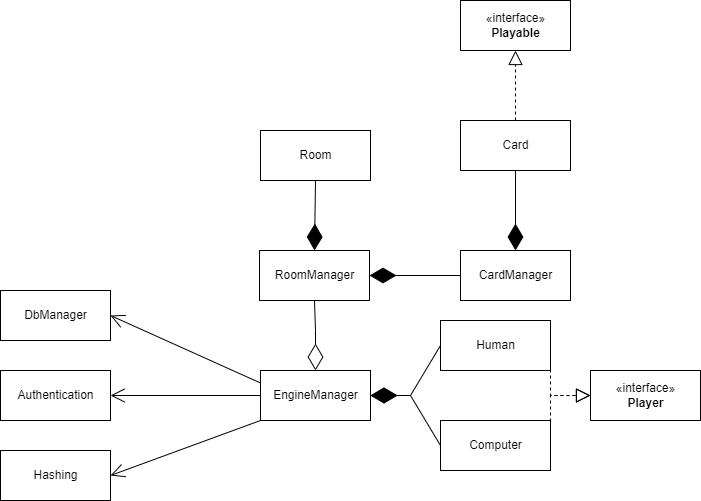
Above: Diagrammer/Design Diagram.drawio.png in Olivervesth/KortKlubben (draw.io), before the change. Source tidied: cells renumbered, new cells last; positions are measured from the earlier drawing's top-left corner, leaving out a move shared by most shapes.
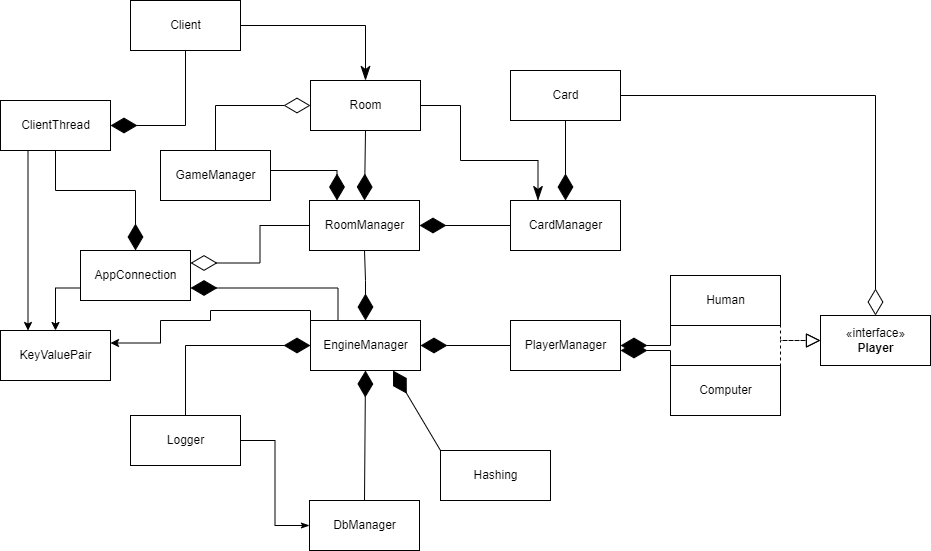
The same diagram one commit later.

Change to the diagram source:
```diff
@@ -2,33 +2,36 @@
   <root>
     <mxCell id="0" />
     <mxCell id="1" parent="0" />
-    <mxCell id="2" value="«interface»&lt;br&gt;&lt;b&gt;Playable&lt;/b&gt;" style="html=1;" parent="1" vertex="1">
-      <mxGeometry x="460" width="110" height="50" as="geometry" />
-    </mxCell>
+    <mxCell id="26" style="edgeStyle=orthogonalEdgeStyle;rounded=0;jettySize=auto;html=1;entryX=0.5;entryY=0;entryDx=0;entryDy=0;startArrow=none;startFill=0;endArrow=diamondThin;endFill=0;startSize=24;endSize=24;" parent="1" edge="1" source="3" target="21">
+      <mxGeometry relative="1" as="geometry" />
+    </mxCell>
     <mxCell id="3" value="Card" style="html=1;" parent="1" vertex="1">
       <mxGeometry x="460" y="120" width="110" height="50" as="geometry" />
     </mxCell>
+    <mxCell id="27" style="edgeStyle=orthogonalEdgeStyle;rounded=0;jettySize=auto;html=1;entryX=0.25;entryY=0;entryDx=0;entryDy=0;startArrow=none;startFill=0;endArrow=classicThin;endFill=1;startSize=24;endSize=12;" parent="1" edge="1" source="4" target="11">
+      <mxGeometry relative="1" as="geometry">
+        <Array as="points">
+          <mxPoint x="410" y="155" />
+          <mxPoint x="410" y="210" />
+          <mxPoint x="488" y="210" />
+        </Array>
+      </mxGeometry>
+    </mxCell>
     <mxCell id="4" value="Room" style="html=1;" parent="1" vertex="1">
       <mxGeometry x="260" y="130" width="110" height="50" as="geometry" />
     </mxCell>
     <mxCell id="5" value="Hashing" style="html=1;" parent="1" vertex="1">
-      <mxGeometry y="450" width="110" height="50" as="geometry" />
+      <mxGeometry x="390" y="500" width="110" height="50" as="geometry" />
     </mxCell>
-    <mxCell id="6" style="endArrow=block;dashed=1;endFill=0;endSize=12;html=1;rounded=0;exitX=0.5;exitY=0;exitDx=0;exitDy=0;entryX=0.5;entryY=1;entryDx=0;entryDy=0;" parent="1" edge="1" source="3" target="2">
-      <mxGeometry relative="1" as="geometry" />
-    </mxCell>
     <mxCell id="7" value="RoomManager" style="html=1;" parent="1" vertex="1">
       <mxGeometry x="259" y="250" width="110" height="50" as="geometry" />
     </mxCell>
     <mxCell id="8" value="Human" style="html=1;" parent="1" vertex="1">
-      <mxGeometry x="440" y="320" width="110" height="50" as="geometry" />
+      <mxGeometry x="620" y="325" width="110" height="50" as="geometry" />
     </mxCell>
     <mxCell id="9" style="endArrow=diamondThin;endFill=1;endSize=24;html=1;rounded=0;entryX=0.5;entryY=0;entryDx=0;entryDy=0;exitX=0.5;exitY=1;exitDx=0;exitDy=0;" parent="1" edge="1" source="4" target="7">
       <mxGeometry relative="1" as="geometry" />
     </mxCell>
-    <mxCell id="10" value="Authentication" style="html=1;" parent="1" vertex="1">
-      <mxGeometry y="370" width="110" height="50" as="geometry" />
-    </mxCell>
     <mxCell id="11" value="CardManager" style="html=1;" parent="1" vertex="1">
       <mxGeometry x="460" y="250" width="110" height="50" as="geometry" />
     </mxCell>
@@ -36,12 +39,26 @@
       <mxGeometry relative="1" as="geometry" />
     </mxCell>
     <mxCell id="13" value="DbManager" style="html=1;" parent="1" vertex="1">
-      <mxGeometry y="290" width="110" height="50" as="geometry" />
+      <mxGeometry x="259" y="550" width="110" height="50" as="geometry" />
     </mxCell>
+    <mxCell id="28" style="edgeStyle=orthogonalEdgeStyle;rounded=0;jettySize=auto;html=1;entryX=0.5;entryY=0;entryDx=0;entryDy=0;startArrow=diamondThin;startFill=1;endArrow=none;endFill=0;startSize=24;endSize=6;" parent="1" edge="1" source="14" target="35">
+      <mxGeometry relative="1" as="geometry" />
+    </mxCell>
+    <mxCell id="29" style="edgeStyle=orthogonalEdgeStyle;rounded=0;jettySize=auto;html=1;exitX=0;exitY=0;exitDx=0;exitDy=0;entryX=1;entryY=0.25;entryDx=0;entryDy=0;" parent="1" edge="1" source="14" target="49">
+      <mxGeometry relative="1" as="geometry">
+        <Array as="points">
+          <mxPoint x="260" y="360" />
+          <mxPoint x="160" y="360" />
+          <mxPoint x="160" y="370" />
+          <mxPoint x="110" y="370" />
+          <mxPoint x="110" y="393" />
+        </Array>
+      </mxGeometry>
+    </mxCell>
     <mxCell id="14" value="EngineManager" style="html=1;" parent="1" vertex="1">
       <mxGeometry x="260" y="370" width="110" height="50" as="geometry" />
     </mxCell>
-    <mxCell id="15" style="endArrow=diamondThin;endFill=0;endSize=24;html=1;rounded=0;entryX=0.5;entryY=0;entryDx=0;entryDy=0;exitX=0.5;exitY=1;exitDx=0;exitDy=0;" parent="1" edge="1" source="7" target="14">
+    <mxCell id="15" style="endArrow=diamondThin;endFill=1;endSize=24;html=1;rounded=0;entryX=0.5;entryY=0;entryDx=0;entryDy=0;exitX=0.5;exitY=1;exitDx=0;exitDy=0;" parent="1" edge="1" source="7" target="14">
       <mxGeometry relative="1" as="geometry">
         <Array as="points">
           <mxPoint x="315" y="330" />
@@ -51,48 +68,108 @@
     <mxCell id="16" style="endArrow=diamondThin;endFill=1;endSize=24;html=1;rounded=0;entryX=1;entryY=0.5;entryDx=0;entryDy=0;exitX=0;exitY=0.5;exitDx=0;exitDy=0;" parent="1" edge="1" source="11" target="7">
       <mxGeometry relative="1" as="geometry" />
     </mxCell>
-    <mxCell id="17" style="endArrow=open;endFill=1;endSize=12;html=1;rounded=0;exitX=0;exitY=0.25;exitDx=0;exitDy=0;entryX=1;entryY=0.5;entryDx=0;entryDy=0;" parent="1" edge="1" source="14" target="13">
+    <mxCell id="17" style="endArrow=none;endFill=0;endSize=12;html=1;rounded=0;exitX=0.5;exitY=1;exitDx=0;exitDy=0;entryX=0.5;entryY=0;entryDx=0;entryDy=0;startArrow=diamondThin;startFill=1;startSize=24;" parent="1" edge="1" source="14" target="13">
       <mxGeometry relative="1" as="geometry" />
     </mxCell>
-    <mxCell id="18" style="endArrow=open;endFill=1;endSize=12;html=1;rounded=0;exitX=0;exitY=0.5;exitDx=0;exitDy=0;entryX=1;entryY=0.5;entryDx=0;entryDy=0;" parent="1" edge="1" source="14" target="10">
-      <mxGeometry relative="1" as="geometry" />
-    </mxCell>
-    <mxCell id="19" style="endArrow=open;endFill=1;endSize=12;html=1;rounded=0;exitX=0;exitY=1;exitDx=0;exitDy=0;entryX=1;entryY=0.5;entryDx=0;entryDy=0;" parent="1" edge="1" source="14" target="5">
+    <mxCell id="19" style="endArrow=none;endFill=0;endSize=12;html=1;rounded=0;exitX=0.75;exitY=1;exitDx=0;exitDy=0;entryX=0;entryY=0;entryDx=0;entryDy=0;startArrow=diamondThin;startFill=1;startSize=24;" parent="1" edge="1" source="14" target="5">
       <mxGeometry relative="1" as="geometry" />
     </mxCell>
-    <mxCell id="20" style="endArrow=diamondThin;endFill=1;endSize=24;html=1;rounded=0;entryX=1;entryY=0.5;entryDx=0;entryDy=0;exitX=0;exitY=0.5;exitDx=0;exitDy=0;" parent="1" edge="1" source="8" target="14">
-      <mxGeometry relative="1" as="geometry">
-        <Array as="points">
-          <mxPoint x="410" y="395" />
-        </Array>
-      </mxGeometry>
-    </mxCell>
     <mxCell id="21" value="«interface»&lt;br&gt;&lt;b&gt;Player&lt;/b&gt;" style="html=1;" parent="1" vertex="1">
-      <mxGeometry x="590" y="370" width="110" height="50" as="geometry" />
+      <mxGeometry x="770" y="365" width="110" height="50" as="geometry" />
     </mxCell>
     <mxCell id="22" value="Computer" style="html=1;" parent="1" vertex="1">
-      <mxGeometry x="440" y="420" width="110" height="50" as="geometry" />
+      <mxGeometry x="620" y="415" width="110" height="50" as="geometry" />
     </mxCell>
-    <mxCell id="23" style="endArrow=diamondThin;endFill=1;endSize=24;html=1;rounded=0;fontFamily=Helvetica;fontSize=12;fontColor=default;entryX=1;entryY=0.5;entryDx=0;entryDy=0;exitX=0;exitY=0.5;exitDx=0;exitDy=0;" parent="1" edge="1" source="22" target="14">
-      <mxGeometry relative="1" as="geometry">
-        <Array as="points">
-          <mxPoint x="410" y="395" />
-        </Array>
-      </mxGeometry>
-    </mxCell>
     <mxCell id="24" style="endArrow=block;dashed=1;endFill=0;endSize=12;html=1;rounded=0;fontFamily=Helvetica;fontSize=12;fontColor=default;exitX=1;exitY=0.5;exitDx=0;exitDy=0;entryX=0;entryY=0.5;entryDx=0;entryDy=0;" parent="1" edge="1" source="8" target="21">
       <mxGeometry relative="1" as="geometry">
         <Array as="points">
-          <mxPoint x="550" y="395" />
+          <mxPoint x="730" y="390" />
         </Array>
       </mxGeometry>
     </mxCell>
     <mxCell id="25" style="endArrow=block;dashed=1;endFill=0;endSize=12;html=1;rounded=0;fontFamily=Helvetica;fontSize=12;fontColor=default;exitX=1;exitY=0.5;exitDx=0;exitDy=0;entryX=0;entryY=0.5;entryDx=0;entryDy=0;" parent="1" edge="1" source="22" target="21">
       <mxGeometry relative="1" as="geometry">
         <Array as="points">
-          <mxPoint x="550" y="395" />
+          <mxPoint x="730" y="390" />
         </Array>
       </mxGeometry>
     </mxCell>
+    <mxCell id="30" style="edgeStyle=orthogonalEdgeStyle;rounded=0;jettySize=auto;html=1;exitX=0;exitY=0.5;exitDx=0;exitDy=0;entryX=1;entryY=0.5;entryDx=0;entryDy=0;fontFamily=Helvetica;fontSize=12;fontColor=default;endArrow=diamondThin;endFill=1;startArrow=none;startFill=0;startSize=24;endSize=24;" parent="1" edge="1" source="31" target="14">
+      <mxGeometry relative="1" as="geometry" />
+    </mxCell>
+    <mxCell id="31" value="PlayerManager" style="html=1;" parent="1" vertex="1">
+      <mxGeometry x="460" y="370" width="110" height="50" as="geometry" />
+    </mxCell>
+    <mxCell id="32" style="endArrow=diamondThin;endFill=1;endSize=24;html=1;rounded=0;fontFamily=Helvetica;fontSize=12;fontColor=default;entryX=1;entryY=0.5;entryDx=0;entryDy=0;exitX=0;exitY=0.5;exitDx=0;exitDy=0;" parent="1" edge="1" source="8" target="31">
+      <mxGeometry relative="1" as="geometry">
+        <Array as="points">
+          <mxPoint x="620" y="395" />
+        </Array>
+      </mxGeometry>
+    </mxCell>
+    <mxCell id="33" style="endArrow=diamondThin;endFill=1;endSize=24;html=1;rounded=0;fontFamily=Helvetica;fontSize=12;fontColor=default;exitX=0;exitY=0.5;exitDx=0;exitDy=0;" parent="1" edge="1" source="22">
+      <mxGeometry relative="1" as="geometry">
+        <mxPoint x="570" y="400" as="targetPoint" />
+        <Array as="points">
+          <mxPoint x="620" y="400" />
+        </Array>
+      </mxGeometry>
+    </mxCell>
+    <mxCell id="34" style="edgeStyle=orthogonalEdgeStyle;rounded=0;jettySize=auto;html=1;entryX=0;entryY=0.5;entryDx=0;entryDy=0;startArrow=none;startFill=0;endArrow=classicThin;endFill=1;startSize=24;endSize=6;" parent="1" edge="1" source="35" target="13">
+      <mxGeometry relative="1" as="geometry" />
+    </mxCell>
+    <mxCell id="35" value="Logger" style="html=1;" parent="1" vertex="1">
+      <mxGeometry x="80" y="465" width="110" height="50" as="geometry" />
+    </mxCell>
+    <mxCell id="36" style="edgeStyle=orthogonalEdgeStyle;rounded=0;jettySize=auto;html=1;entryX=0.25;entryY=0;entryDx=0;entryDy=0;startArrow=diamondThin;startFill=1;endArrow=none;endFill=0;startSize=24;endSize=24;exitX=1;exitY=0.75;exitDx=0;exitDy=0;" parent="1" edge="1" source="40" target="14">
+      <mxGeometry relative="1" as="geometry" />
+    </mxCell>
+    <mxCell id="37" style="edgeStyle=orthogonalEdgeStyle;rounded=0;jettySize=auto;html=1;exitX=1;exitY=0.25;exitDx=0;exitDy=0;entryX=0;entryY=0.5;entryDx=0;entryDy=0;startArrow=diamondThin;startFill=0;endArrow=none;endFill=0;startSize=24;endSize=24;" parent="1" edge="1" source="40" target="7">
+      <mxGeometry relative="1" as="geometry" />
+    </mxCell>
+    <mxCell id="38" style="edgeStyle=orthogonalEdgeStyle;rounded=0;jettySize=auto;html=1;entryX=0.5;entryY=1;entryDx=0;entryDy=0;startArrow=diamondThin;startFill=1;endArrow=none;endFill=0;startSize=24;endSize=24;" parent="1" edge="1" source="40" target="43">
+      <mxGeometry relative="1" as="geometry" />
+    </mxCell>
+    <mxCell id="39" style="edgeStyle=orthogonalEdgeStyle;rounded=0;jettySize=auto;html=1;exitX=0;exitY=0.75;exitDx=0;exitDy=0;entryX=0.5;entryY=0;entryDx=0;entryDy=0;" parent="1" edge="1" source="40" target="49">
+      <mxGeometry relative="1" as="geometry" />
+    </mxCell>
+    <mxCell id="40" value="AppConnection" style="html=1;" parent="1" vertex="1">
+      <mxGeometry x="30" y="300" width="110" height="50" as="geometry" />
+    </mxCell>
+    <mxCell id="41" style="edgeStyle=orthogonalEdgeStyle;rounded=0;jettySize=auto;html=1;entryX=0.5;entryY=1;entryDx=0;entryDy=0;startArrow=diamondThin;startFill=1;endArrow=none;endFill=0;startSize=24;endSize=12;" parent="1" edge="1" source="43" target="48">
+      <mxGeometry relative="1" as="geometry" />
+    </mxCell>
+    <mxCell id="42" style="edgeStyle=orthogonalEdgeStyle;rounded=0;jettySize=auto;html=1;exitX=0.25;exitY=1;exitDx=0;exitDy=0;entryX=0.25;entryY=0;entryDx=0;entryDy=0;" parent="1" edge="1" source="43" target="49">
+      <mxGeometry relative="1" as="geometry" />
+    </mxCell>
+    <mxCell id="43" value="ClientThread" style="html=1;" parent="1" vertex="1">
+      <mxGeometry x="-50" y="150" width="110" height="50" as="geometry" />
+    </mxCell>
+    <mxCell id="44" style="edgeStyle=orthogonalEdgeStyle;rounded=0;jettySize=auto;html=1;entryX=0.25;entryY=0;entryDx=0;entryDy=0;startArrow=none;startFill=0;endArrow=diamondThin;endFill=1;startSize=24;endSize=24;" parent="1" edge="1" source="46" target="7">
+      <mxGeometry relative="1" as="geometry">
+        <Array as="points">
+          <mxPoint x="287" y="220" />
+        </Array>
+      </mxGeometry>
+    </mxCell>
+    <mxCell id="45" style="edgeStyle=orthogonalEdgeStyle;rounded=0;jettySize=auto;html=1;entryX=0;entryY=0.5;entryDx=0;entryDy=0;startArrow=none;startFill=0;endArrow=diamondThin;endFill=0;startSize=24;endSize=24;" parent="1" edge="1" source="46" target="4">
+      <mxGeometry relative="1" as="geometry">
+        <Array as="points">
+          <mxPoint x="165" y="155" />
+        </Array>
+      </mxGeometry>
+    </mxCell>
+    <mxCell id="46" value="GameManager" style="html=1;" parent="1" vertex="1">
+      <mxGeometry x="110" y="200" width="110" height="50" as="geometry" />
+    </mxCell>
+    <mxCell id="47" style="edgeStyle=orthogonalEdgeStyle;rounded=0;jettySize=auto;html=1;entryX=0.5;entryY=0;entryDx=0;entryDy=0;startArrow=none;startFill=0;endArrow=classicThin;endFill=1;startSize=24;endSize=12;" parent="1" edge="1" source="48" target="4">
+      <mxGeometry relative="1" as="geometry" />
+    </mxCell>
+    <mxCell id="48" value="Client" style="html=1;" parent="1" vertex="1">
+      <mxGeometry x="80" y="50" width="110" height="50" as="geometry" />
+    </mxCell>
+    <mxCell id="49" value="KeyValuePair" style="html=1;" parent="1" vertex="1">
+      <mxGeometry x="-50" y="380" width="110" height="50" as="geometry" />
+    </mxCell>
   </root>
 </mxGraphModel>
```
